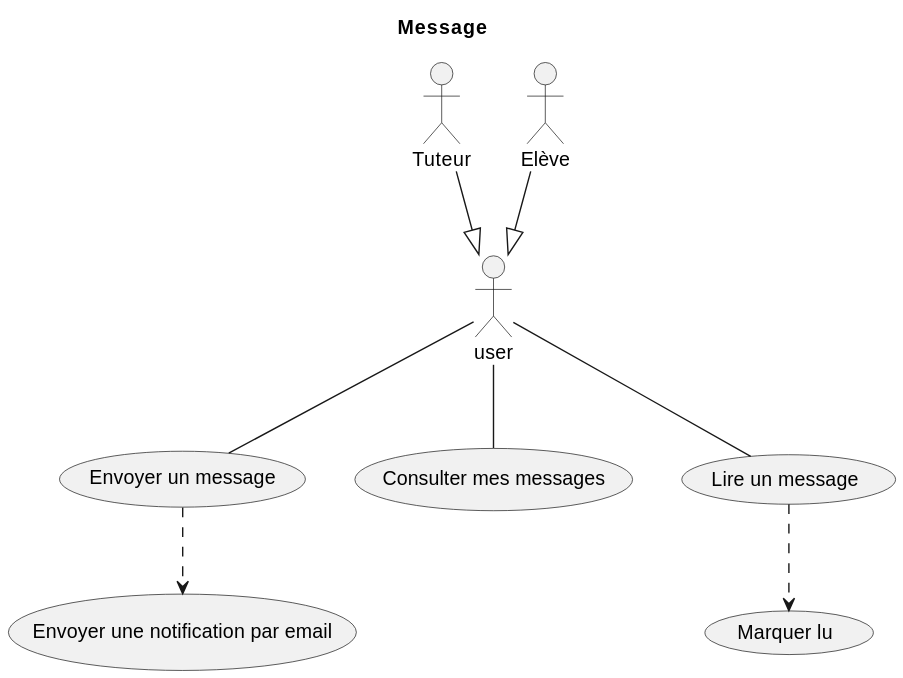
This is site/diagrams/communication/message.svg from KMBCL/P3_specifications, a PlantUML export, as it was before one commit. Source of this version:
```plantuml
@startuml
title Message

!include /specifications/docs/diagrams/actors/common.puml

usecase "Envoyer un message" as send_message
usecase "Consulter mes messages" as see_messages
usecase "Lire un message" as read_message
usecase "Marquer lu" as set_read_message
usecase "Envoyer une notification par email" as send_email_notification

student --|> user
tutor --|> user

user -- send_message
user -- read_message
user -- see_messages

send_message ..> send_email_notification
read_message ..> set_read_message
@enduml
```
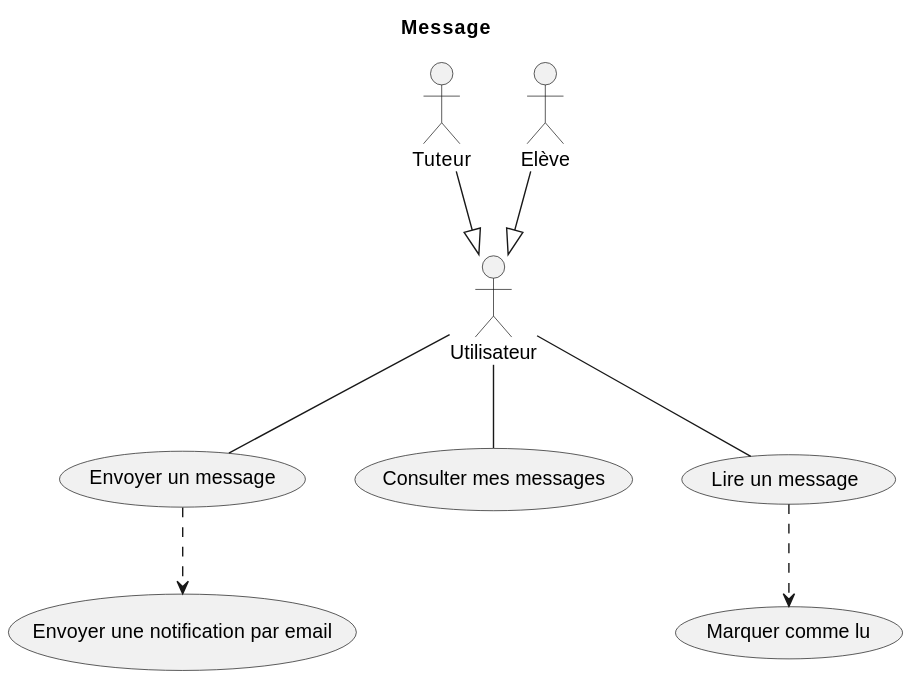
Later version of the same file.

What changed in the source:
```diff
@@ -6,15 +6,15 @@
 usecase "Envoyer un message" as send_message
 usecase "Consulter mes messages" as see_messages
 usecase "Lire un message" as read_message
-usecase "Marquer lu" as set_read_message
+usecase "Marquer comme lu" as set_read_message
 usecase "Envoyer une notification par email" as send_email_notification
 
-student --|> user
-tutor --|> user
+student --|> Utilisateur
+tutor --|> Utilisateur
 
-user -- send_message
-user -- read_message
-user -- see_messages
+Utilisateur -- send_message
+Utilisateur -- read_message
+Utilisateur -- see_messages
 
 send_message ..> send_email_notification
 read_message ..> set_read_message
```
